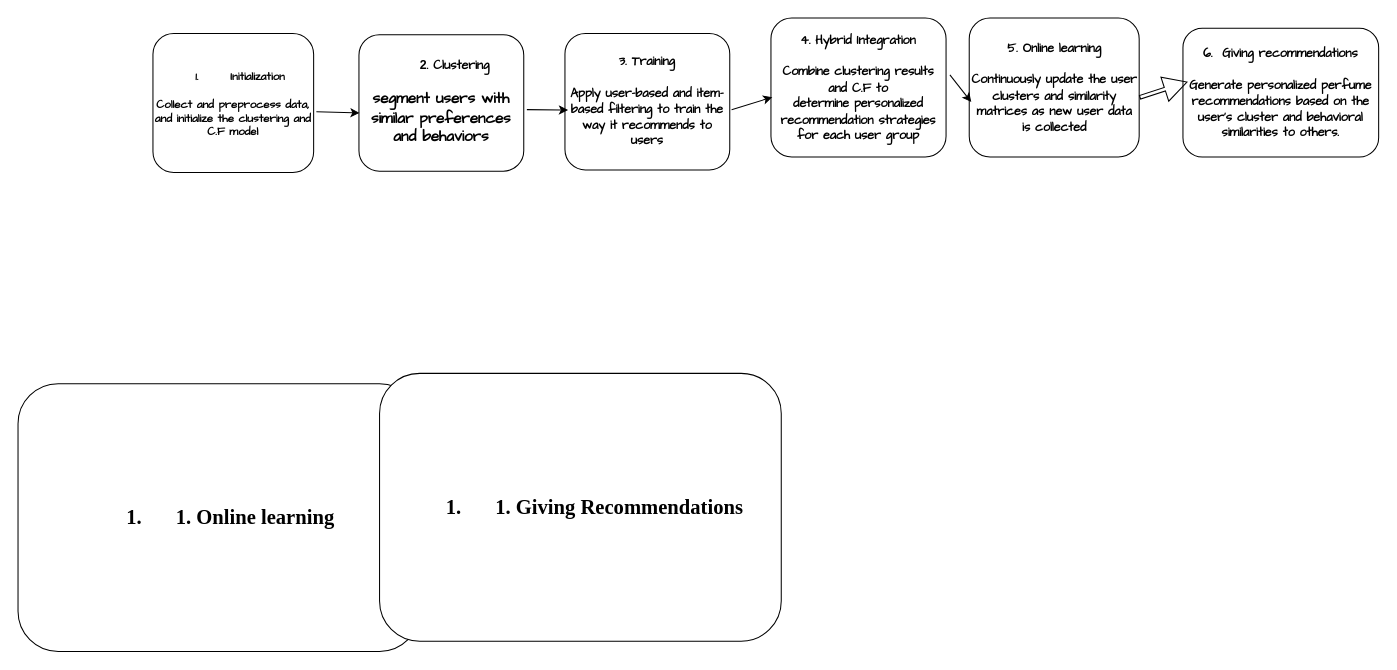
Earlier version of the draw.io diagram Biểu đồ không có tiêu đề.drawio (TrungQuannn/ss2). Source tidied: cells renumbered, new cells numbered last; positions are measured from the earlier drawing's top-left corner, leaving out a move shared by most shapes. Both pictures are drawn from the tidied source at 103%, with x=0, y=0 at pixel (18, 18).
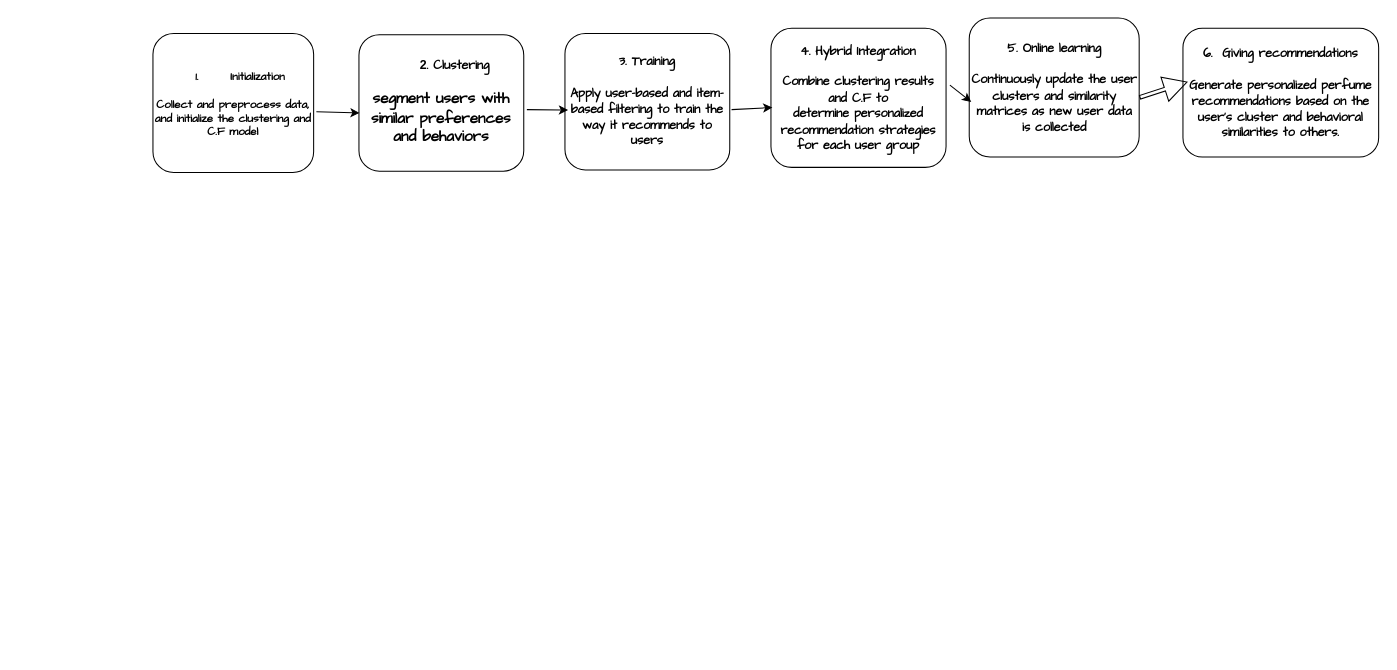
After the change.

Commit message:
Cập nhật Biểu đồ không có tiêu đề.drawio

Diff of the diagram source:
```diff
@@
 <mxGraphModel>
   <root>
     <mxCell id="0" />
     <mxCell id="1" parent="0" />
     <mxCell id="2" value="&lt;span id=&quot;docs-internal-guid-ec489c87-7fff-a89d-b190-7d89542970eb&quot;&gt;&lt;font face=&quot;Comic Sans MS&quot; style=&quot;color: light-dark(rgb(0, 0, 0), rgb(255, 255, 255)); font-size: 11px;&quot;&gt;&lt;ol style=&quot;margin-top: 0px; margin-bottom: 0px; padding-inline-start: 48px;&quot;&gt;&lt;li aria-level=&quot;1&quot; style=&quot;list-style-type: decimal; background-color: transparent; font-weight: 700; font-variant-numeric: normal; font-variant-east-asian: normal; font-variant-alternates: normal; font-variant-position: normal; font-variant-emoji: normal; vertical-align: baseline; white-space-collapse: preserve;&quot; dir=&quot;ltr&quot;&gt;&lt;p role=&quot;presentation&quot; style=&quot;line-height: 1.38; margin-top: 0pt; margin-bottom: 0pt;&quot; dir=&quot;ltr&quot;&gt;Initialization&lt;/p&gt;&lt;/li&gt;&lt;/ol&gt;&lt;div&gt;&lt;span style=&quot;white-space-collapse: preserve;&quot;&gt;&lt;b&gt;&lt;br&gt;&lt;/b&gt;&lt;/span&gt;&lt;/div&gt;&lt;div style=&quot;&quot;&gt;&lt;span style=&quot;white-space-collapse: preserve;&quot;&gt;&lt;b style=&quot;&quot;&gt;Collect and preprocess data, and initialize the clustering and C.F model&lt;/b&gt;&lt;/span&gt;&lt;/div&gt;&lt;/font&gt;&lt;/span&gt;" style="rounded=1;whiteSpace=wrap;html=1;" parent="1" vertex="1">
       <mxGeometry x="131" y="15" width="156" height="135" as="geometry" />
     </mxCell>
-    <mxCell id="3" value="&lt;span id=&quot;docs-internal-guid-ec489c87-7fff-a89d-b190-7d89542970eb&quot;&gt;&lt;font style=&quot;color: light-dark(rgb(0, 0, 0), rgb(255, 255, 255));&quot;&gt;&lt;ol style=&quot;margin-top:0;margin-bottom:0;padding-inline-start:48px;&quot;&gt;&lt;li aria-level=&quot;1&quot; style=&quot;list-style-type: decimal; font-size: 15pt; font-family: Lora, serif; background-color: transparent; font-weight: 700; font-variant-numeric: normal; font-variant-east-asian: normal; font-variant-alternates: normal; font-variant-position: normal; font-variant-emoji: normal; vertical-align: baseline; white-space-collapse: preserve;&quot; dir=&quot;ltr&quot;&gt;&lt;p role=&quot;presentation&quot; style=&quot;line-height: 1.38; margin-top: 0pt; margin-bottom: 0pt;&quot; dir=&quot;ltr&quot;&gt;&lt;span id=&quot;docs-internal-guid-23b6f8d5-7fff-752d-ab61-a783120b3046&quot; style=&quot;font-weight:normal;&quot;&gt;&lt;/span&gt;&lt;/p&gt;&lt;ol style=&quot;margin-top:0;margin-bottom:0;padding-inline-start:48px;&quot;&gt;&lt;li aria-level=&quot;1&quot; style=&quot;list-style-type:decimal;font-size:15pt;font-family:Lora,serif;color:#000000;background-color:transparent;font-weight:700;font-style:normal;font-variant:normal;text-decoration:none;vertical-align:baseline;white-space:pre;&quot; dir=&quot;ltr&quot;&gt;&lt;p role=&quot;presentation&quot; style=&quot;line-height:1.38;margin-top:0pt;margin-bottom:0pt;&quot; dir=&quot;ltr&quot;&gt;&lt;span style=&quot;font-size:15pt;font-family:Lora,serif;color:#000000;background-color:transparent;font-weight:700;font-style:normal;font-variant:normal;text-decoration:none;vertical-align:baseline;white-space:pre;white-space:pre-wrap;&quot;&gt;Online learning&amp;nbsp;&lt;/span&gt;&lt;/p&gt;&lt;/li&gt;&lt;/ol&gt;&lt;/li&gt;&lt;/ol&gt;&lt;/font&gt;&lt;/span&gt;" style="rounded=1;whiteSpace=wrap;html=1;" parent="1" vertex="1">
-      <mxGeometry y="355" width="390" height="260" as="geometry" />
-    </mxCell>
-    <mxCell id="4" value="&lt;span id=&quot;docs-internal-guid-ec489c87-7fff-a89d-b190-7d89542970eb&quot;&gt;&lt;font style=&quot;color: light-dark(rgb(0, 0, 0), rgb(255, 255, 255));&quot;&gt;&lt;ol style=&quot;margin-top:0;margin-bottom:0;padding-inline-start:48px;&quot;&gt;&lt;li aria-level=&quot;1&quot; style=&quot;list-style-type: decimal; font-size: 15pt; font-family: Lora, serif; background-color: transparent; font-weight: 700; font-variant-numeric: normal; font-variant-east-asian: normal; font-variant-alternates: normal; font-variant-position: normal; font-variant-emoji: normal; vertical-align: baseline; white-space-collapse: preserve;&quot; dir=&quot;ltr&quot;&gt;&lt;p role=&quot;presentation&quot; style=&quot;line-height: 1.38; margin-top: 0pt; margin-bottom: 0pt;&quot; dir=&quot;ltr&quot;&gt;&lt;span id=&quot;docs-internal-guid-731f6139-7fff-8b46-1de5-6358d84a59c4&quot; style=&quot;font-weight:normal;&quot;&gt;&lt;/span&gt;&lt;/p&gt;&lt;ol style=&quot;margin-top:0;margin-bottom:0;padding-inline-start:48px;&quot;&gt;&lt;li aria-level=&quot;1&quot; style=&quot;list-style-type:decimal;font-size:15pt;font-family:Lora,serif;color:#000000;background-color:transparent;font-weight:700;font-style:normal;font-variant:normal;text-decoration:none;vertical-align:baseline;white-space:pre;&quot; dir=&quot;ltr&quot;&gt;&lt;p role=&quot;presentation&quot; style=&quot;line-height:1.38;margin-top:0pt;margin-bottom:0pt;&quot; dir=&quot;ltr&quot;&gt;&lt;span style=&quot;font-size:15pt;font-family:Lora,serif;color:#000000;background-color:transparent;font-weight:700;font-style:normal;font-variant:normal;text-decoration:none;vertical-align:baseline;white-space:pre;white-space:pre-wrap;&quot;&gt;Giving Recommendations&lt;/span&gt;&lt;/p&gt;&lt;/li&gt;&lt;/ol&gt;&lt;/li&gt;&lt;/ol&gt;&lt;/font&gt;&lt;/span&gt;" style="rounded=1;whiteSpace=wrap;html=1;" parent="1" vertex="1">
-      <mxGeometry x="351" y="345" width="390" height="260" as="geometry" />
-    </mxCell>
     <mxCell id="5" value="&lt;b&gt;&lt;span style=&quot;white-space: pre;&quot;&gt;&#9;&lt;/span&gt;2&lt;font face=&quot;Comic Sans MS&quot;&gt;. Clustering&lt;/font&gt;&lt;/b&gt;&lt;div&gt;&lt;font face=&quot;Comic Sans MS&quot;&gt;&lt;b&gt;&lt;br&gt;&lt;/b&gt;&lt;/font&gt;&lt;/div&gt;&lt;div&gt;&lt;span id=&quot;docs-internal-guid-9cac1d9a-7fff-763e-b922-73c1cda98487&quot;&gt;&lt;span style=&quot;font-size: 11pt; color: rgb(0, 0, 0); background-color: transparent; font-variant-numeric: normal; font-variant-east-asian: normal; font-variant-alternates: normal; font-variant-position: normal; font-variant-emoji: normal; vertical-align: baseline; white-space-collapse: preserve;&quot;&gt;&lt;font face=&quot;Comic Sans MS&quot;&gt;&lt;b&gt;segment users with similar preferences and behaviors&lt;/b&gt;&lt;/font&gt;&lt;/span&gt;&lt;/span&gt;&lt;/div&gt;" style="rounded=1;whiteSpace=wrap;html=1;" parent="1" vertex="1">
       <mxGeometry x="331" y="16.2" width="160" height="132.5" as="geometry" />
     </mxCell>
     <mxCell id="6" value="&lt;font face=&quot;Comic Sans MS&quot;&gt;&lt;b&gt;3. Training&lt;/b&gt;&lt;/font&gt;&lt;div&gt;&lt;font face=&quot;Comic Sans MS&quot;&gt;&lt;b&gt;&lt;br&gt;&lt;/b&gt;&lt;/font&gt;&lt;/div&gt;&lt;div&gt;&lt;font face=&quot;Comic Sans MS&quot;&gt;&lt;b&gt;Apply user-based and item-based filtering to train the way it recommends to users&lt;/b&gt;&lt;/font&gt;&lt;/div&gt;" style="rounded=1;whiteSpace=wrap;html=1;" parent="1" vertex="1">
       <mxGeometry x="531" y="15" width="160" height="132.5" as="geometry" />
     </mxCell>
     <mxCell id="7" value="&lt;font face=&quot;Comic Sans MS&quot;&gt;&lt;b&gt;4. Hybrid Integration&lt;/b&gt;&lt;/font&gt;&lt;div&gt;&lt;font face=&quot;Comic Sans MS&quot;&gt;&lt;b&gt;&lt;br&gt;&lt;/b&gt;&lt;/font&gt;&lt;/div&gt;&lt;div&gt;&lt;font face=&quot;Comic Sans MS&quot;&gt;&lt;b&gt;Combine clustering results and C.F to determine&amp;nbsp;&lt;span style=&quot;background-color: transparent; color: light-dark(rgb(0, 0, 0), rgb(255, 255, 255));&quot;&gt;personalized recommendation strategies for each user group&lt;/span&gt;&lt;/b&gt;&lt;/font&gt;&lt;/div&gt;" style="rounded=1;whiteSpace=wrap;html=1;" parent="1" vertex="1">
-      <mxGeometry x="731" width="170" height="135" as="geometry" />
+      <mxGeometry x="731" y="10" width="170" height="135" as="geometry" />
     </mxCell>
     <mxCell id="8" value="&lt;font face=&quot;Comic Sans MS&quot;&gt;&lt;b&gt;5. Online learning&lt;/b&gt;&lt;/font&gt;&lt;div&gt;&lt;font face=&quot;Comic Sans MS&quot;&gt;&lt;b&gt;&lt;br&gt;&lt;/b&gt;&lt;/font&gt;&lt;/div&gt;&lt;div&gt;&lt;font face=&quot;Comic Sans MS&quot;&gt;&lt;b&gt;Continuously update the user clusters and similarity matrices as new user data is collected&lt;/b&gt;&lt;/font&gt;&lt;/div&gt;" style="rounded=1;whiteSpace=wrap;html=1;" parent="1" vertex="1">
       <mxGeometry x="923.5" width="165" height="135" as="geometry" />
     </mxCell>
     <mxCell id="9" value="&lt;font face=&quot;Comic Sans MS&quot;&gt;&lt;b&gt;6.&amp;nbsp; Giving recommendations&lt;/b&gt;&lt;/font&gt;&lt;div&gt;&lt;font face=&quot;Comic Sans MS&quot;&gt;&lt;b&gt;&lt;br&gt;&lt;/b&gt;&lt;/font&gt;&lt;/div&gt;&lt;div&gt;&lt;font face=&quot;Comic Sans MS&quot;&gt;&lt;b&gt;Generate personalized perfume recommendations based on the user's cluster and behavioral similarities to others.&lt;/b&gt;&lt;/font&gt;&lt;/div&gt;" style="rounded=1;whiteSpace=wrap;html=1;" parent="1" vertex="1">
       <mxGeometry x="1131" y="10" width="190" height="125" as="geometry" />
     </mxCell>
     <mxCell id="10" style="endArrow=classic;html=1;rounded=0;exitX=1.017;exitY=0.563;exitDx=0;exitDy=0;exitPerimeter=0;entryX=0.004;entryY=0.573;entryDx=0;entryDy=0;entryPerimeter=0;" parent="1" edge="1" source="2" target="5">
       <mxGeometry relative="1" as="geometry" />
     </mxCell>
     <mxCell id="11" style="endArrow=classic;html=1;rounded=0;exitX=1.019;exitY=0.549;exitDx=0;exitDy=0;exitPerimeter=0;entryX=0.019;entryY=0.561;entryDx=0;entryDy=0;entryPerimeter=0;" parent="1" edge="1" source="5" target="6">
       <mxGeometry relative="1" as="geometry" />
     </mxCell>
     <mxCell id="12" style="endArrow=classic;html=1;rounded=0;exitX=1.011;exitY=0.558;exitDx=0;exitDy=0;exitPerimeter=0;entryX=0.008;entryY=0.569;entryDx=0;entryDy=0;entryPerimeter=0;" parent="1" edge="1" source="6" target="7">
       <mxGeometry relative="1" as="geometry" />
     </mxCell>
     <mxCell id="13" style="endArrow=classic;html=1;rounded=0;exitX=1.022;exitY=0.409;exitDx=0;exitDy=0;exitPerimeter=0;entryX=0.012;entryY=0.604;entryDx=0;entryDy=0;entryPerimeter=0;" parent="1" edge="1" source="7" target="8">
       <mxGeometry relative="1" as="geometry" />
     </mxCell>
     <mxCell id="14" style="shape=flexArrow;endArrow=classic;html=1;rounded=0;exitX=1.002;exitY=0.571;exitDx=0;exitDy=0;exitPerimeter=0;entryX=0.023;entryY=0.416;entryDx=0;entryDy=0;entryPerimeter=0;width=3.5294117647058822;endSize=7.188235294117647;" parent="1" edge="1" source="8" target="9">
       <mxGeometry relative="1" as="geometry" />
     </mxCell>
   </root>
 </mxGraphModel>
```
